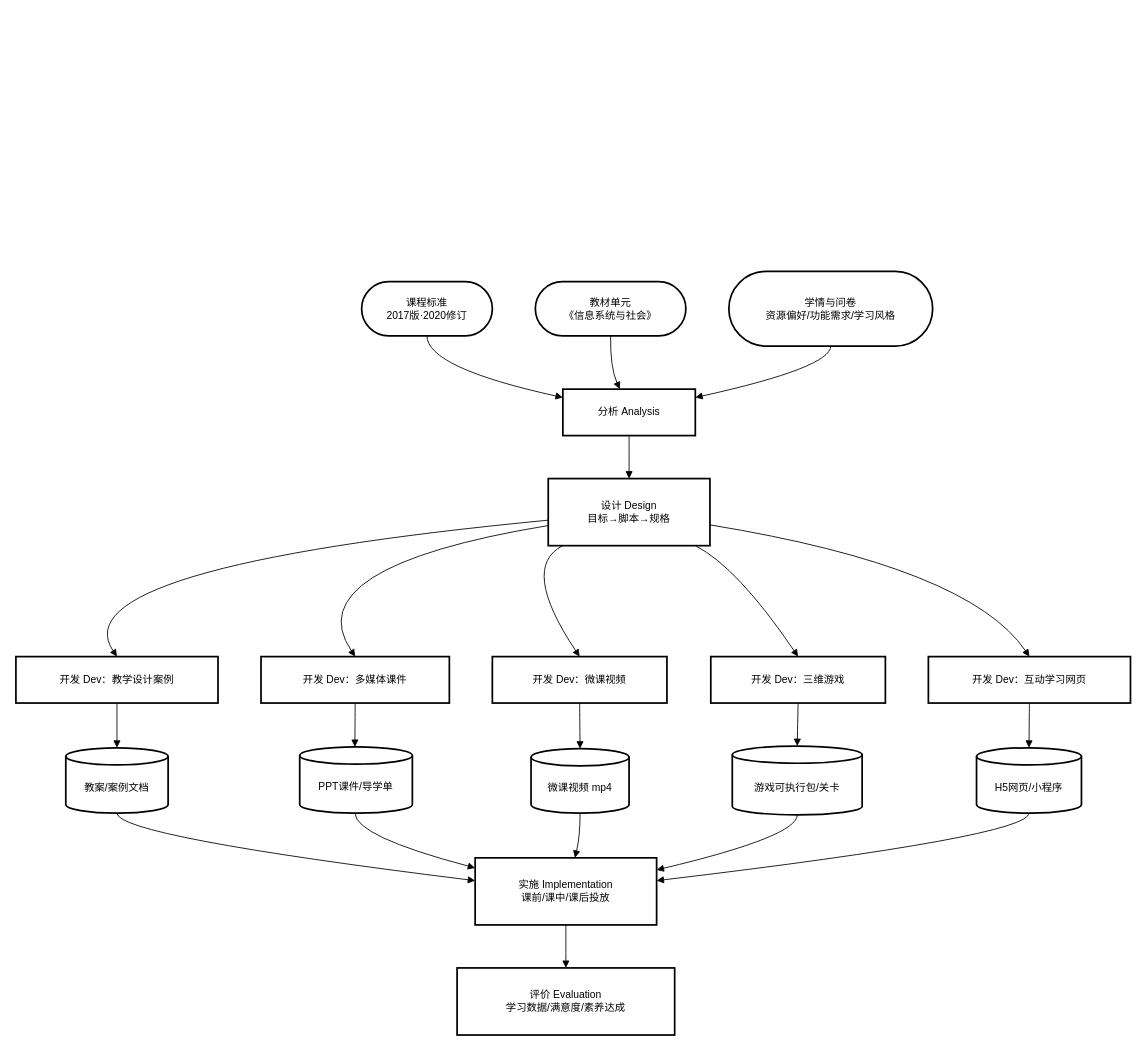
Earlier version of the draw.io diagram 总体开发图.drawio (xewy/qimo2). Source tidied: cells renumbered, new cells numbered last; positions are measured from the earlier drawing's top-left corner, leaving out a move shared by most shapes. Both pictures are drawn from the tidied source at 86%, with x=0, y=0 at pixel (15, 271).
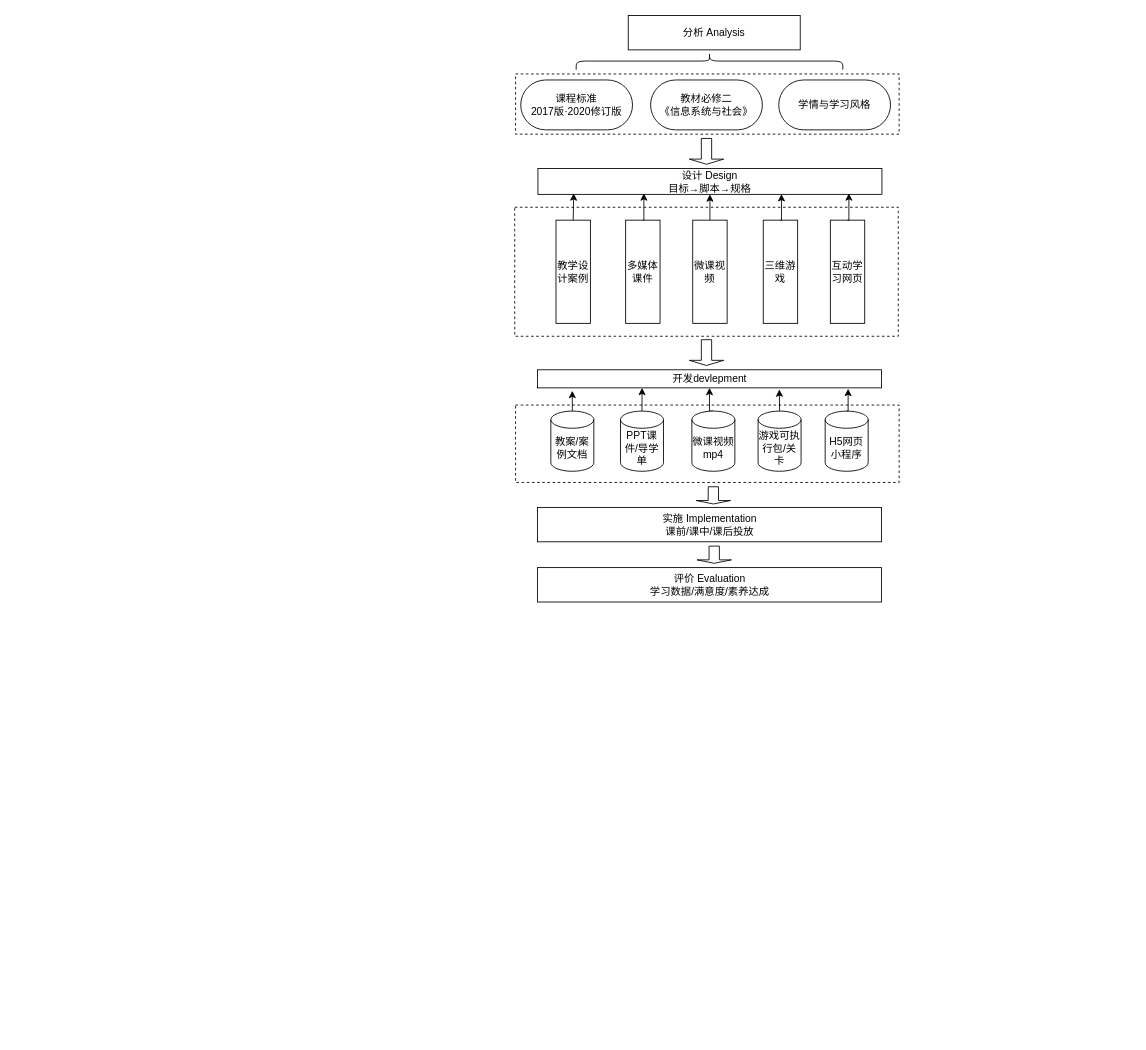
Above is the later version.

Commit message:
更新总体开发图.drawio

The edit, as a diff of the source:
```diff
@@
-    <mxCell id="2" value="课程标准&#10;2017版·2020修订" style="rounded=1;whiteSpace=wrap;arcSize=50;strokeWidth=2;" parent="1" vertex="1">
-      <mxGeometry x="402" y="12" width="152" height="63" as="geometry" />
-    </mxCell>
+    <mxCell id="39" style="rounded=0;whiteSpace=wrap;html=1;fillColor=none;dashed=1;" parent="1" vertex="1">
+      <mxGeometry x="580" y="-74.5" width="446" height="150" as="geometry" />
+    </mxCell>
+    <mxCell id="40" value="课程标准&#10;2017版·2020修订版" style="rounded=1;whiteSpace=wrap;arcSize=50;strokeWidth=1;" parent="1" vertex="1">
+      <mxGeometry x="587" y="-222.5" width="130" height="58" as="geometry" />
+    </mxCell>
+    <mxCell id="41" value="教材必修二&#10;《信息系统与社会》" style="rounded=1;whiteSpace=wrap;arcSize=50;strokeWidth=1;" parent="1" vertex="1">
+      <mxGeometry x="738" y="-222.5" width="130" height="58" as="geometry" />
+    </mxCell>
+    <mxCell id="42" value="学情与学习风格" style="rounded=1;whiteSpace=wrap;arcSize=50;strokeWidth=1;" parent="1" vertex="1">
+      <mxGeometry x="887" y="-222.5" width="130" height="58" as="geometry" />
+    </mxCell>
-    <mxCell id="3" value="分析 Analysis" style="whiteSpace=wrap;strokeWidth=2;" parent="1" vertex="1">
-      <mxGeometry x="636" y="137" width="154" height="54" as="geometry" />
+    <mxCell id="3" value="分析 Analysis" style="whiteSpace=wrap;strokeWidth=1;" parent="1" vertex="1">
+      <mxGeometry x="712" y="-297.5" width="200" height="40" as="geometry" />
     </mxCell>
-    <mxCell id="4" value="教材单元&#10;《信息系统与社会》" style="rounded=1;whiteSpace=wrap;arcSize=50;strokeWidth=2;" parent="1" vertex="1">
-      <mxGeometry x="604" y="12" width="175" height="63" as="geometry" />
-    </mxCell>
-    <mxCell id="5" value="学情与问卷&#10;资源偏好/功能需求/学习风格" style="rounded=1;whiteSpace=wrap;arcSize=50;strokeWidth=2;" parent="1" vertex="1">
-      <mxGeometry x="829" width="237" height="87" as="geometry" />
-    </mxCell>
+    <mxCell id="43" style="shape=curlyBracket;whiteSpace=wrap;html=1;rounded=1;labelPosition=left;verticalLabelPosition=middle;align=right;verticalAlign=middle;direction=south;" parent="1" vertex="1">
+      <mxGeometry x="651.5" y="-254.5" width="310" height="20" as="geometry" />
+    </mxCell>
-    <mxCell id="6" value="设计 Design&#10;目标→脚本→规格" style="whiteSpace=wrap;strokeWidth=2;" parent="1" vertex="1">
-      <mxGeometry x="619" y="241" width="188" height="78" as="geometry" />
+    <mxCell id="6" value="设计 Design&#10;目标→脚本→规格" style="whiteSpace=wrap;strokeWidth=1;" parent="1" vertex="1">
+      <mxGeometry x="607" y="-119.5" width="400" height="30" as="geometry" />
     </mxCell>
-    <mxCell id="7" value="开发 Dev：教学设计案例" style="whiteSpace=wrap;strokeWidth=2;" parent="1" vertex="1">
-      <mxGeometry y="448" width="235" height="54" as="geometry" />
-    </mxCell>
-    <mxCell id="8" value="开发 Dev：多媒体课件" style="whiteSpace=wrap;strokeWidth=2;" parent="1" vertex="1">
-      <mxGeometry x="285" y="448" width="219" height="54" as="geometry" />
-    </mxCell>
-    <mxCell id="9" value="开发 Dev：微课视频" style="whiteSpace=wrap;strokeWidth=2;" parent="1" vertex="1">
-      <mxGeometry x="554" y="448" width="203" height="54" as="geometry" />
-    </mxCell>
-    <mxCell id="10" value="开发 Dev：三维游戏" style="whiteSpace=wrap;strokeWidth=2;" parent="1" vertex="1">
-      <mxGeometry x="808" y="448" width="203" height="54" as="geometry" />
-    </mxCell>
-    <mxCell id="11" value="开发 Dev：互动学习网页" style="whiteSpace=wrap;strokeWidth=2;" parent="1" vertex="1">
-      <mxGeometry x="1061" y="448" width="235" height="54" as="geometry" />
-    </mxCell>
+    <mxCell id="44" value="教学设计案例" style="whiteSpace=wrap;strokeWidth=1;" parent="1" vertex="1">
+      <mxGeometry x="628" y="-59.5" width="40" height="120" as="geometry" />
+    </mxCell>
+    <mxCell id="45" value="多媒体课件" style="whiteSpace=wrap;strokeWidth=1;" parent="1" vertex="1">
+      <mxGeometry x="709" y="-59.5" width="40" height="120" as="geometry" />
+    </mxCell>
+    <mxCell id="46" style="edgeStyle=orthogonalEdgeStyle;rounded=0;jettySize=auto;html=1;exitX=0.5;exitY=0;exitDx=0;exitDy=0;entryX=0.5;entryY=1;entryDx=0;entryDy=0;" parent="1" edge="1" source="47" target="6">
+      <mxGeometry relative="1" as="geometry" />
+    </mxCell>
+    <mxCell id="47" value="微课视频" style="whiteSpace=wrap;strokeWidth=1;" parent="1" vertex="1">
+      <mxGeometry x="787" y="-59.5" width="40" height="120" as="geometry" />
+    </mxCell>
+    <mxCell id="48" value="互动学习网页" style="whiteSpace=wrap;strokeWidth=1;" parent="1" vertex="1">
+      <mxGeometry x="947" y="-59.5" width="40" height="120" as="geometry" />
+    </mxCell>
+    <mxCell id="49" value="三维游戏" style="whiteSpace=wrap;strokeWidth=1;" parent="1" vertex="1">
+      <mxGeometry x="869" y="-59.5" width="40" height="120" as="geometry" />
+    </mxCell>
-    <mxCell id="12" value="教案/案例文档" style="shape=cylinder3;boundedLbl=1;backgroundOutline=1;size=10;strokeWidth=2;whiteSpace=wrap;" parent="1" vertex="1">
-      <mxGeometry x="58" y="554" width="119" height="76" as="geometry" />
+    <mxCell id="12" value="教案/案例文档" style="shape=cylinder3;boundedLbl=1;backgroundOutline=1;size=10;strokeWidth=1;whiteSpace=wrap;" parent="1" vertex="1">
+      <mxGeometry x="622" y="162.5" width="50" height="70" as="geometry" />
     </mxCell>
-    <mxCell id="13" value="PPT课件/导学单" style="shape=cylinder3;boundedLbl=1;backgroundOutline=1;size=10;strokeWidth=2;whiteSpace=wrap;" parent="1" vertex="1">
-      <mxGeometry x="330" y="553" width="131" height="77" as="geometry" />
+    <mxCell id="13" value="PPT课件/导学单" style="shape=cylinder3;boundedLbl=1;backgroundOutline=1;size=10;strokeWidth=1;whiteSpace=wrap;" parent="1" vertex="1">
+      <mxGeometry x="703" y="162.5" width="50" height="70" as="geometry" />
     </mxCell>
+    <mxCell id="50" style="edgeStyle=orthogonalEdgeStyle;rounded=0;jettySize=auto;html=1;exitX=0.5;exitY=0;exitDx=0;exitDy=0;exitPerimeter=0;entryX=0.5;entryY=1;entryDx=0;entryDy=0;" parent="1" edge="1" source="14" target="58">
+      <mxGeometry relative="1" as="geometry" />
+    </mxCell>
-    <mxCell id="14" value="微课视频 mp4" style="shape=cylinder3;boundedLbl=1;backgroundOutline=1;size=10;strokeWidth=2;whiteSpace=wrap;" parent="1" vertex="1">
-      <mxGeometry x="599" y="555" width="114" height="75" as="geometry" />
+    <mxCell id="14" value="微课视频 mp4" style="shape=cylinder3;boundedLbl=1;backgroundOutline=1;size=10;strokeWidth=1;whiteSpace=wrap;" parent="1" vertex="1">
+      <mxGeometry x="786" y="162.5" width="50" height="70" as="geometry" />
     </mxCell>
-    <mxCell id="15" value="游戏可执行包/关卡" style="shape=cylinder3;boundedLbl=1;backgroundOutline=1;size=10;strokeWidth=2;whiteSpace=wrap;" parent="1" vertex="1">
-      <mxGeometry x="833" y="552" width="151" height="80" as="geometry" />
+    <mxCell id="15" value="游戏可执行包/关卡" style="shape=cylinder3;boundedLbl=1;backgroundOutline=1;size=10;strokeWidth=1;whiteSpace=wrap;" parent="1" vertex="1">
+      <mxGeometry x="863" y="162.5" width="50" height="70" as="geometry" />
     </mxCell>
-    <mxCell id="16" value="H5网页/小程序" style="shape=cylinder3;boundedLbl=1;backgroundOutline=1;size=10;strokeWidth=2;whiteSpace=wrap;" parent="1" vertex="1">
-      <mxGeometry x="1117" y="554" width="122" height="76" as="geometry" />
-    </mxCell>
+    <mxCell id="51" value="H5网页小程序" style="shape=cylinder3;boundedLbl=1;backgroundOutline=1;size=10;strokeWidth=1;whiteSpace=wrap;" parent="1" vertex="1">
+      <mxGeometry x="941" y="162.5" width="50" height="70" as="geometry" />
+    </mxCell>
+    <mxCell id="52" style="shape=singleArrow;direction=south;whiteSpace=wrap;html=1;" parent="1" vertex="1">
+      <mxGeometry x="783" y="-154.5" width="40" height="30" as="geometry" />
+    </mxCell>
+    <mxCell id="53" style="rounded=0;whiteSpace=wrap;html=1;fillColor=none;dashed=1;" parent="1" vertex="1">
+      <mxGeometry x="581" y="-229.5" width="446" height="70" as="geometry" />
+    </mxCell>
+    <mxCell id="54" style="edgeStyle=orthogonalEdgeStyle;rounded=0;jettySize=auto;html=1;exitX=0.5;exitY=0;exitDx=0;exitDy=0;entryX=0.104;entryY=0.96;entryDx=0;entryDy=0;entryPerimeter=0;" parent="1" edge="1" source="44" target="6">
+      <mxGeometry relative="1" as="geometry" />
+    </mxCell>
+    <mxCell id="55" style="edgeStyle=orthogonalEdgeStyle;rounded=0;jettySize=auto;html=1;exitX=0.5;exitY=0;exitDx=0;exitDy=0;entryX=0.308;entryY=0.96;entryDx=0;entryDy=0;entryPerimeter=0;" parent="1" edge="1" source="45" target="6">
+      <mxGeometry relative="1" as="geometry" />
+    </mxCell>
+    <mxCell id="56" style="edgeStyle=orthogonalEdgeStyle;rounded=0;jettySize=auto;html=1;exitX=0.5;exitY=0;exitDx=0;exitDy=0;entryX=0.708;entryY=0.987;entryDx=0;entryDy=0;entryPerimeter=0;" parent="1" edge="1" source="49" target="6">
+      <mxGeometry relative="1" as="geometry" />
+    </mxCell>
+    <mxCell id="57" style="edgeStyle=orthogonalEdgeStyle;rounded=0;jettySize=auto;html=1;exitX=0.5;exitY=0;exitDx=0;exitDy=0;entryX=0.904;entryY=0.96;entryDx=0;entryDy=0;entryPerimeter=0;" parent="1" edge="1" source="48" target="6">
+      <mxGeometry relative="1" as="geometry" />
+    </mxCell>
-    <mxCell id="17" value="实施 Implementation&#10;课前/课中/课后投放" style="whiteSpace=wrap;strokeWidth=2;" parent="1" vertex="1">
-      <mxGeometry x="534" y="682" width="211" height="78" as="geometry" />
+    <mxCell id="17" value="实施 Implementation&#10;课前/课中/课后投放" style="whiteSpace=wrap;strokeWidth=1;" parent="1" vertex="1">
+      <mxGeometry x="606.5" y="274.5" width="400" height="40" as="geometry" />
     </mxCell>
-    <mxCell id="18" value="评价 Evaluation&#10;学习数据/满意度/素养达成" style="whiteSpace=wrap;strokeWidth=2;" parent="1" vertex="1">
-      <mxGeometry x="513" y="810" width="253" height="78" as="geometry" />
+    <mxCell id="18" value="评价 Evaluation&#10;学习数据/满意度/素养达成" style="whiteSpace=wrap;strokeWidth=1;" parent="1" vertex="1">
+      <mxGeometry x="606.5" y="344.5" width="400" height="40" as="geometry" />
     </mxCell>
-    <mxCell id="19" style="curved=1;startArrow=none;endArrow=block;exitX=0.5;exitY=1;entryX=0;entryY=0.18;rounded=0;" parent="1" edge="1" source="2" target="3">
-      <mxGeometry relative="1" as="geometry">
-        <Array as="points">
-          <mxPoint x="478" y="112" />
-        </Array>
-      </mxGeometry>
-    </mxCell>
-    <mxCell id="20" style="curved=1;startArrow=none;endArrow=block;exitX=0.5;exitY=1;entryX=0.43;entryY=0;rounded=0;" parent="1" edge="1" source="4" target="3">
-      <mxGeometry relative="1" as="geometry">
-        <Array as="points">
-          <mxPoint x="691" y="112" />
-        </Array>
-      </mxGeometry>
-    </mxCell>
-    <mxCell id="21" style="curved=1;startArrow=none;endArrow=block;exitX=0.5;exitY=1;entryX=1;entryY=0.18;rounded=0;" parent="1" edge="1" source="5" target="3">
-      <mxGeometry relative="1" as="geometry">
-        <Array as="points">
-          <mxPoint x="947" y="112" />
-        </Array>
-      </mxGeometry>
-    </mxCell>
-    <mxCell id="22" style="curved=1;startArrow=none;endArrow=block;exitX=0.5;exitY=1;entryX=0.5;entryY=0;rounded=0;" parent="1" edge="1" source="3" target="6">
-      <mxGeometry relative="1" as="geometry" />
-    </mxCell>
-    <mxCell id="23" style="curved=1;startArrow=none;endArrow=block;exitX=0;exitY=0.62;entryX=0.5;entryY=0;rounded=0;" parent="1" edge="1" source="6" target="7">
-      <mxGeometry relative="1" as="geometry">
-        <Array as="points">
-          <mxPoint x="48" y="344" />
-        </Array>
-      </mxGeometry>
-    </mxCell>
-    <mxCell id="24" style="curved=1;startArrow=none;endArrow=block;exitX=0;exitY=0.7;entryX=0.5;entryY=0;rounded=0;" parent="1" edge="1" source="6" target="8">
-      <mxGeometry relative="1" as="geometry">
-        <Array as="points">
-          <mxPoint x="325" y="344" />
-        </Array>
-      </mxGeometry>
-    </mxCell>
-    <mxCell id="25" style="curved=1;startArrow=none;endArrow=block;exitX=0.09;exitY=1;entryX=0.5;entryY=0;rounded=0;" parent="1" edge="1" source="6" target="9">
-      <mxGeometry relative="1" as="geometry">
-        <Array as="points">
-          <mxPoint x="586" y="344" />
-        </Array>
-      </mxGeometry>
-    </mxCell>
-    <mxCell id="26" style="curved=1;startArrow=none;endArrow=block;exitX=0.91;exitY=1;entryX=0.5;entryY=0;rounded=0;" parent="1" edge="1" source="6" target="10">
-      <mxGeometry relative="1" as="geometry">
-        <Array as="points">
-          <mxPoint x="839" y="344" />
-        </Array>
-      </mxGeometry>
-    </mxCell>
-    <mxCell id="27" style="curved=1;startArrow=none;endArrow=block;exitX=1;exitY=0.69;entryX=0.5;entryY=0;rounded=0;" parent="1" edge="1" source="6" target="11">
-      <mxGeometry relative="1" as="geometry">
-        <Array as="points">
-          <mxPoint x="1108" y="344" />
-        </Array>
-      </mxGeometry>
-    </mxCell>
-    <mxCell id="28" style="curved=1;startArrow=none;endArrow=block;exitX=0.5;exitY=1;entryX=0.5;entryY=0;rounded=0;" parent="1" edge="1" source="7" target="12">
-      <mxGeometry relative="1" as="geometry" />
-    </mxCell>
-    <mxCell id="29" style="curved=1;startArrow=none;endArrow=block;exitX=0.5;exitY=1;entryX=0.49;entryY=0.01;rounded=0;" parent="1" edge="1" source="8" target="13">
-      <mxGeometry relative="1" as="geometry" />
-    </mxCell>
-    <mxCell id="30" style="curved=1;startArrow=none;endArrow=block;exitX=0.5;exitY=1;entryX=0.5;entryY=-0.01;rounded=0;" parent="1" edge="1" source="9" target="14">
-      <mxGeometry relative="1" as="geometry" />
-    </mxCell>
-    <mxCell id="31" style="curved=1;startArrow=none;endArrow=block;exitX=0.5;exitY=1;entryX=0.5;entryY=0;rounded=0;" parent="1" edge="1" source="10" target="15">
-      <mxGeometry relative="1" as="geometry" />
-    </mxCell>
-    <mxCell id="32" style="curved=1;startArrow=none;endArrow=block;exitX=0.5;exitY=1;entryX=0.5;entryY=0;rounded=0;" parent="1" edge="1" source="11" target="16">
-      <mxGeometry relative="1" as="geometry" />
-    </mxCell>
-    <mxCell id="33" style="curved=1;startArrow=none;endArrow=block;exitX=0.5;exitY=1;entryX=0;entryY=0.34;rounded=0;" parent="1" edge="1" source="12" target="17">
-      <mxGeometry relative="1" as="geometry">
-        <Array as="points">
-          <mxPoint x="118" y="657" />
-        </Array>
-      </mxGeometry>
-    </mxCell>
-    <mxCell id="34" style="curved=1;startArrow=none;endArrow=block;exitX=0.49;exitY=1.01;entryX=0;entryY=0.15;rounded=0;" parent="1" edge="1" source="13" target="17">
-      <mxGeometry relative="1" as="geometry">
-        <Array as="points">
-          <mxPoint x="395" y="657" />
-        </Array>
-      </mxGeometry>
-    </mxCell>
-    <mxCell id="35" style="curved=1;startArrow=none;endArrow=block;exitX=0.5;exitY=0.99;entryX=0.55;entryY=0;rounded=0;" parent="1" edge="1" source="14" target="17">
-      <mxGeometry relative="1" as="geometry">
-        <Array as="points">
-          <mxPoint x="656" y="657" />
-        </Array>
-      </mxGeometry>
-    </mxCell>
-    <mxCell id="36" style="curved=1;startArrow=none;endArrow=block;exitX=0.5;exitY=1;entryX=1;entryY=0.18;rounded=0;" parent="1" edge="1" source="15" target="17">
-      <mxGeometry relative="1" as="geometry">
-        <Array as="points">
-          <mxPoint x="909" y="657" />
-        </Array>
-      </mxGeometry>
-    </mxCell>
-    <mxCell id="37" style="curved=1;startArrow=none;endArrow=block;exitX=0.5;exitY=1;entryX=1;entryY=0.34;rounded=0;" parent="1" edge="1" source="16" target="17">
-      <mxGeometry relative="1" as="geometry">
-        <Array as="points">
-          <mxPoint x="1178" y="657" />
-        </Array>
-      </mxGeometry>
-    </mxCell>
-    <mxCell id="38" style="curved=1;startArrow=none;endArrow=block;exitX=0.5;exitY=1;entryX=0.5;entryY=0;rounded=0;" parent="1" edge="1" source="17" target="18">
-      <mxGeometry relative="1" as="geometry" />
-    </mxCell>
+    <mxCell id="58" value="开发devlepment" style="whiteSpace=wrap;strokeWidth=1;" parent="1" vertex="1">
+      <mxGeometry x="606.5" y="114.5" width="400" height="21" as="geometry" />
+    </mxCell>
+    <mxCell id="59" style="shape=singleArrow;direction=south;whiteSpace=wrap;html=1;" parent="1" vertex="1">
+      <mxGeometry x="783" y="79.5" width="40" height="30" as="geometry" />
+    </mxCell>
+    <mxCell id="60" style="edgeStyle=orthogonalEdgeStyle;rounded=0;jettySize=auto;html=1;exitX=0.5;exitY=0;exitDx=0;exitDy=0;exitPerimeter=0;entryX=0.101;entryY=1.162;entryDx=0;entryDy=0;entryPerimeter=0;" parent="1" edge="1" source="12" target="58">
+      <mxGeometry relative="1" as="geometry" />
+    </mxCell>
+    <mxCell id="61" style="edgeStyle=orthogonalEdgeStyle;rounded=0;jettySize=auto;html=1;exitX=0.5;exitY=0;exitDx=0;exitDy=0;exitPerimeter=0;entryX=0.304;entryY=1;entryDx=0;entryDy=0;entryPerimeter=0;" parent="1" edge="1" source="13" target="58">
+      <mxGeometry relative="1" as="geometry" />
+    </mxCell>
+    <mxCell id="62" style="edgeStyle=orthogonalEdgeStyle;rounded=0;jettySize=auto;html=1;exitX=0.5;exitY=0;exitDx=0;exitDy=0;exitPerimeter=0;entryX=0.703;entryY=1.086;entryDx=0;entryDy=0;entryPerimeter=0;" parent="1" edge="1" source="15" target="58">
+      <mxGeometry relative="1" as="geometry" />
+    </mxCell>
+    <mxCell id="63" style="edgeStyle=orthogonalEdgeStyle;rounded=0;jettySize=auto;html=1;exitX=0.5;exitY=0;exitDx=0;exitDy=0;exitPerimeter=0;entryX=0.903;entryY=1.048;entryDx=0;entryDy=0;entryPerimeter=0;" parent="1" edge="1" source="51" target="58">
+      <mxGeometry relative="1" as="geometry" />
+    </mxCell>
+    <mxCell id="64" style="rounded=0;whiteSpace=wrap;html=1;fillColor=none;dashed=1;" parent="1" vertex="1">
+      <mxGeometry x="581" y="155.5" width="446" height="90" as="geometry" />
+    </mxCell>
+    <mxCell id="65" style="shape=singleArrow;direction=south;whiteSpace=wrap;html=1;" parent="1" vertex="1">
+      <mxGeometry x="791" y="250.5" width="40" height="20" as="geometry" />
+    </mxCell>
+    <mxCell id="66" style="shape=singleArrow;direction=south;whiteSpace=wrap;html=1;" parent="1" vertex="1">
+      <mxGeometry x="792" y="319.5" width="40" height="20" as="geometry" />
+    </mxCell>
```
